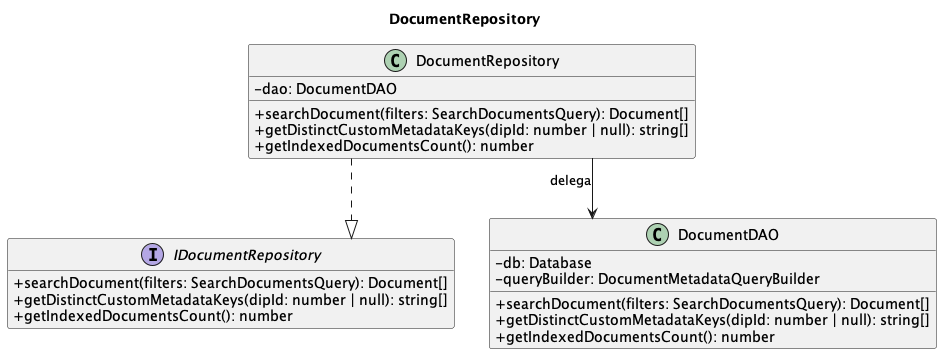
Before: out/3_PB/DocumentiEsterni/DiagrammiSpecificaTecnica/C4/C4_backend_Search/C4_backend_Search-8.png, a diagram exported from PlantUML (7-ZPUs/Docs).
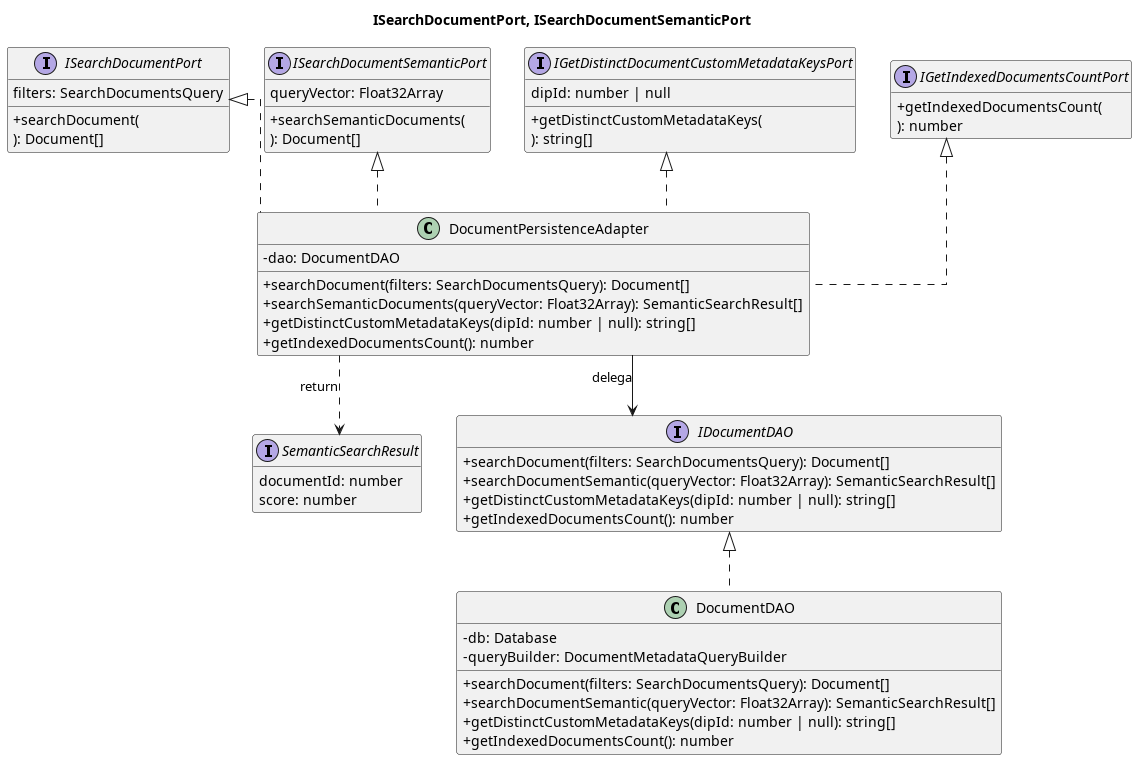
The same diagram one commit later.

The edit, as a diff of the source:
```diff
@@ -1,30 +1,63 @@
 @startuml
-title DocumentRepository
+title ISearchDocumentPort, ISearchDocumentSemanticPort
 
 skinparam classAttributeIconSize 0
 skinparam linetype ortho
 hide empty members
 
-interface IDocumentRepository {
-    + searchDocument(filters: SearchDocumentsQuery): Document[]
-    + getDistinctCustomMetadataKeys(dipId: number | null): string[]
-    + getIndexedDocumentsCount(): number
+interface ISearchDocumentPort {
+    + searchDocument(
+        filters: SearchDocumentsQuery
+    ): Document[]
 }
-class DocumentRepository {
+
+interface ISearchDocumentSemanticPort {
+    + searchSemanticDocuments(
+        queryVector: Float32Array
+    ): Document[]
+}
+
+interface IGetDistinctDocumentCustomMetadataKeysPort {
+    + getDistinctCustomMetadataKeys(
+        dipId: number | null
+    ): string[]
+}
+
+interface IGetIndexedDocumentsCountPort {
+    + getIndexedDocumentsCount(
+    ): number
+}
+
+class DocumentPersistenceAdapter implements ISearchDocumentPort, ISearchDocumentSemanticPort, IGetDistinctDocumentCustomMetadataKeysPort, IGetIndexedDocumentsCountPort {
     - dao: DocumentDAO
     + searchDocument(filters: SearchDocumentsQuery): Document[]
-    + getDistinctCustomMetadataKeys(dipId: number | null): string[]
-    + getIndexedDocumentsCount(): number
-}
-class DocumentDAO {
-    - db: Database
-    - queryBuilder: DocumentMetadataQueryBuilder
-    + searchDocument(filters: SearchDocumentsQuery): Document[]
+    + searchSemanticDocuments(queryVector: Float32Array): SemanticSearchResult[]
     + getDistinctCustomMetadataKeys(dipId: number | null): string[]
     + getIndexedDocumentsCount(): number
 }
 
-DocumentRepository ..|> IDocumentRepository
-DocumentRepository --> DocumentDAO : delega
+interface SemanticSearchResult {
+    documentId: number
+    score: number
+}
+
+interface IDocumentDAO {
+    + searchDocument(filters: SearchDocumentsQuery): Document[]
+    + searchDocumentSemantic(queryVector: Float32Array): SemanticSearchResult[]
+    + getDistinctCustomMetadataKeys(dipId: number | null): string[]
+    + getIndexedDocumentsCount(): number
+}
+
+class DocumentDAO implements IDocumentDAO {
+    - db: Database
+    - queryBuilder: DocumentMetadataQueryBuilder
+    + searchDocument(filters: SearchDocumentsQuery): Document[]
+    + searchDocumentSemantic(queryVector: Float32Array): SemanticSearchResult[]
+    + getDistinctCustomMetadataKeys(dipId: number | null): string[]
+    + getIndexedDocumentsCount(): number
+}
+
+DocumentPersistenceAdapter --> IDocumentDAO : delega
+DocumentPersistenceAdapter ..> SemanticSearchResult : return
 
 @enduml
```
